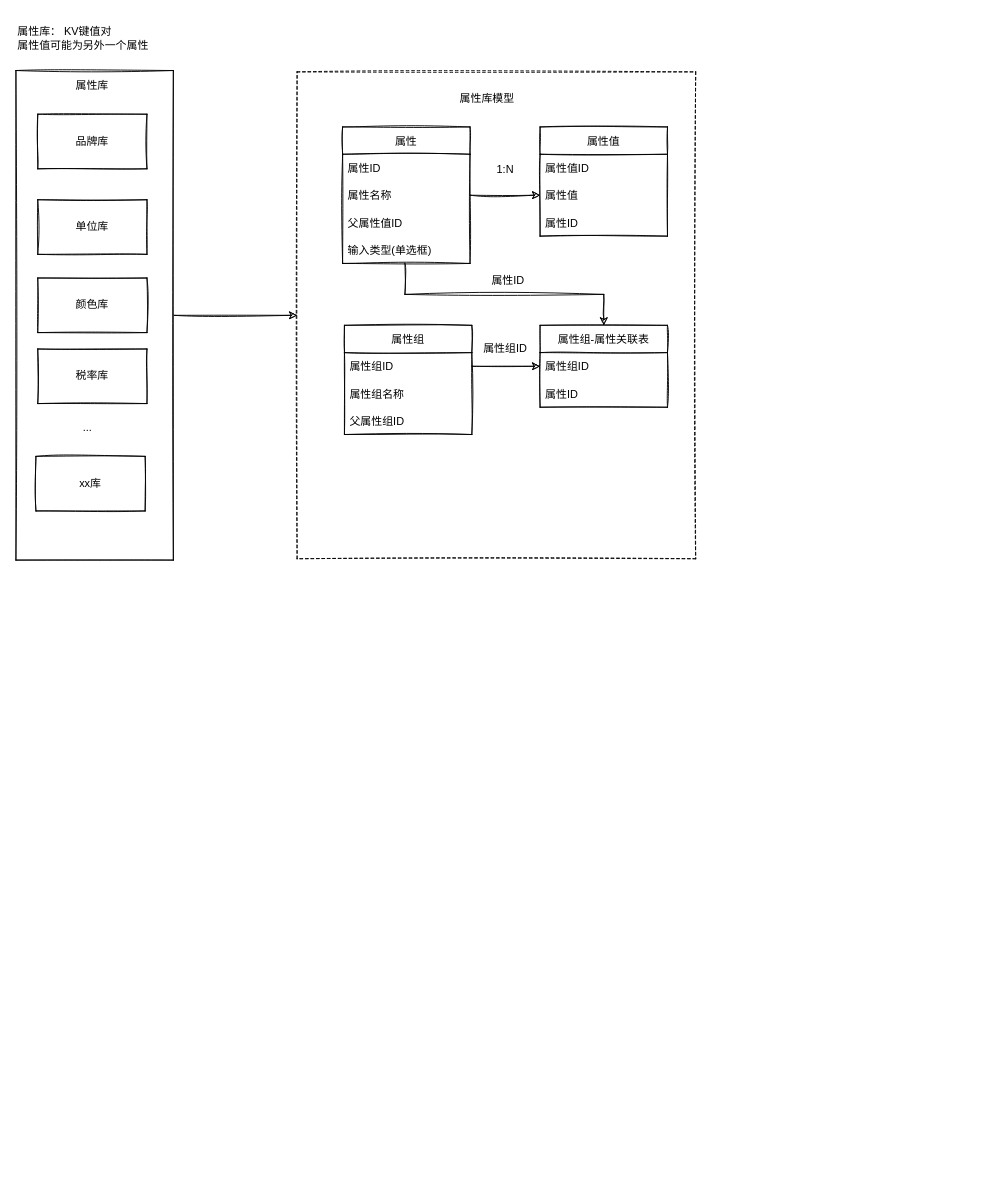
The draw.io diagram page "商品系统" (6 of 7) of docs/租赁平台.drawio in lokiworks/codebase, before the edit. Source tidied: cells renumbered, new cells numbered last; positions are measured from the earlier drawing's top-left corner, leaving out a move shared by most shapes. Both pictures are drawn from the tidied source at 91%, with x=0, y=0 at pixel (15, 15).
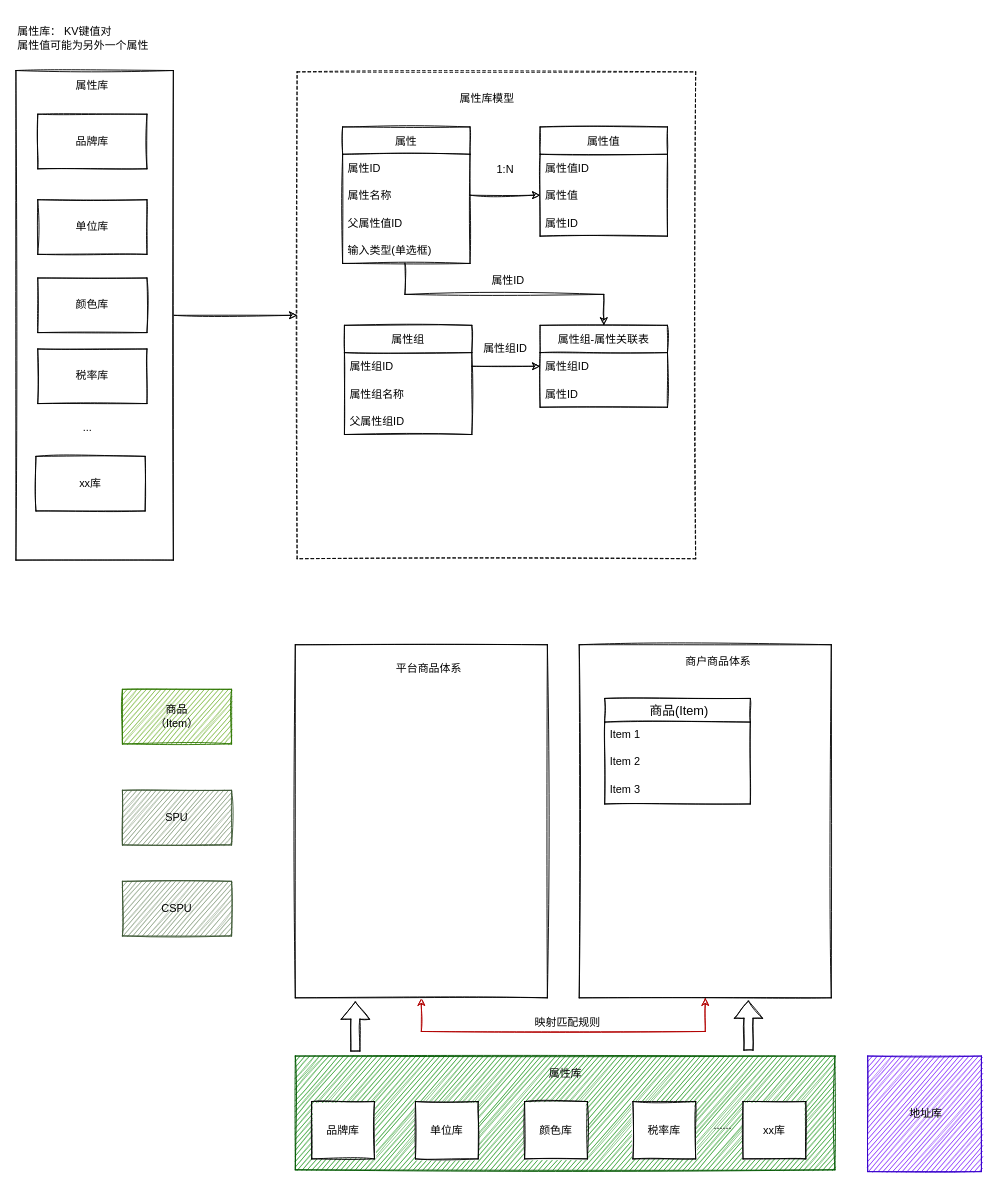
The same diagram, later.

What changed in the source:
```diff
@@
+    <mxCell id="37" value="商品&lt;br&gt;（Item）" style="rounded=0;whiteSpace=wrap;html=1;fillColor=#60a917;strokeColor=#2D7600;sketch=1;fontColor=#000000;" parent="1" vertex="1">
+      <mxGeometry x="117" y="740" width="120" height="60" as="geometry" />
+    </mxCell>
+    <mxCell id="38" value="SPU" style="rounded=0;whiteSpace=wrap;html=1;fillColor=#6d8764;strokeColor=#3A5431;sketch=1;fontColor=#000000;" parent="1" vertex="1">
+      <mxGeometry x="117" y="851" width="120" height="60" as="geometry" />
+    </mxCell>
+    <mxCell id="39" value="CSPU" style="rounded=0;whiteSpace=wrap;html=1;fillColor=#6d8764;strokeColor=#3A5431;sketch=1;fontColor=#000000;" parent="1" vertex="1">
+      <mxGeometry x="117" y="951" width="120" height="60" as="geometry" />
+    </mxCell>
+    <mxCell id="40" style="edgeStyle=orthogonalEdgeStyle;rounded=0;jettySize=auto;html=1;exitX=0.5;exitY=1;exitDx=0;exitDy=0;entryX=0.5;entryY=1;entryDx=0;entryDy=0;fontColor=#000000;startArrow=classic;startFill=1;sketch=1;fillColor=#e51400;strokeColor=#B20000;" parent="1" edge="1" source="41" target="43">
+      <mxGeometry relative="1" as="geometry">
+        <Array as="points">
+          <mxPoint x="446" y="1116" />
+          <mxPoint x="758" y="1116" />
+        </Array>
+      </mxGeometry>
+    </mxCell>
+    <mxCell id="41" style="rounded=0;whiteSpace=wrap;html=1;sketch=1;fontColor=#000000;" parent="1" vertex="1">
+      <mxGeometry x="307" y="691" width="277" height="388" as="geometry" />
+    </mxCell>
+    <mxCell id="42" value="平台商品体系" style="text;html=1;strokeColor=none;fillColor=none;align=center;verticalAlign=middle;whiteSpace=wrap;rounded=0;sketch=1;fontColor=#000000;" parent="1" vertex="1">
+      <mxGeometry x="401" y="705" width="106" height="24" as="geometry" />
+    </mxCell>
+    <mxCell id="43" style="rounded=0;whiteSpace=wrap;html=1;sketch=1;fontColor=#000000;" parent="1" vertex="1">
+      <mxGeometry x="619" y="691" width="277" height="388" as="geometry" />
+    </mxCell>
+    <mxCell id="44" value="商户商品体系" style="text;html=1;strokeColor=none;fillColor=none;align=center;verticalAlign=middle;whiteSpace=wrap;rounded=0;sketch=1;fontColor=#000000;" parent="1" vertex="1">
+      <mxGeometry x="719" y="698" width="106" height="24" as="geometry" />
+    </mxCell>
+    <mxCell id="45" value="映射匹配规则" style="text;html=1;strokeColor=none;fillColor=none;align=center;verticalAlign=middle;whiteSpace=wrap;rounded=0;sketch=1;fontColor=#000000;" parent="1" vertex="1">
+      <mxGeometry x="563" y="1092" width="87" height="30" as="geometry" />
+    </mxCell>
+    <mxCell id="46" style="rounded=0;whiteSpace=wrap;html=1;sketch=1;fontColor=#ffffff;fillColor=#008a00;strokeColor=#005700;" parent="1" vertex="1">
+      <mxGeometry x="307" y="1143" width="593" height="125" as="geometry" />
+    </mxCell>
+    <mxCell id="47" value="属性库" style="text;html=1;strokeColor=none;fillColor=none;align=center;verticalAlign=middle;whiteSpace=wrap;rounded=0;sketch=1;fontColor=#000000;" parent="1" vertex="1">
+      <mxGeometry x="573.5" y="1148" width="60" height="30" as="geometry" />
+    </mxCell>
+    <mxCell id="48" value="品牌库" style="rounded=0;whiteSpace=wrap;html=1;sketch=1;fontColor=#000000;" parent="1" vertex="1">
+      <mxGeometry x="325" y="1193" width="69" height="63" as="geometry" />
+    </mxCell>
+    <mxCell id="49" value="单位库" style="rounded=0;whiteSpace=wrap;html=1;sketch=1;fontColor=#000000;" parent="1" vertex="1">
+      <mxGeometry x="439" y="1193" width="69" height="63" as="geometry" />
+    </mxCell>
+    <mxCell id="50" value="颜色库" style="rounded=0;whiteSpace=wrap;html=1;sketch=1;fontColor=#000000;" parent="1" vertex="1">
+      <mxGeometry x="559" y="1193" width="69" height="63" as="geometry" />
+    </mxCell>
+    <mxCell id="51" value="税率库" style="rounded=0;whiteSpace=wrap;html=1;sketch=1;fontColor=#000000;" parent="1" vertex="1">
+      <mxGeometry x="678" y="1193" width="69" height="63" as="geometry" />
+    </mxCell>
+    <mxCell id="52" value="xx库" style="rounded=0;whiteSpace=wrap;html=1;sketch=1;fontColor=#000000;" parent="1" vertex="1">
+      <mxGeometry x="799" y="1193" width="69" height="63" as="geometry" />
+    </mxCell>
+    <mxCell id="53" style="shape=flexArrow;endArrow=classic;html=1;rounded=0;sketch=1;fontColor=#000000;" parent="1" edge="1">
+      <mxGeometry relative="1" as="geometry">
+        <mxPoint x="373" y="1138" as="sourcePoint" />
+        <mxPoint x="373" y="1083" as="targetPoint" />
+      </mxGeometry>
+    </mxCell>
+    <mxCell id="54" style="shape=flexArrow;endArrow=classic;html=1;rounded=0;sketch=1;fontColor=#000000;" parent="1" edge="1">
+      <mxGeometry relative="1" as="geometry">
+        <mxPoint x="805" y="1137" as="sourcePoint" />
+        <mxPoint x="805" y="1082" as="targetPoint" />
+      </mxGeometry>
+    </mxCell>
+    <mxCell id="55" value="......" style="text;html=1;strokeColor=none;fillColor=none;align=center;verticalAlign=middle;whiteSpace=wrap;rounded=0;sketch=1;fontColor=#000000;" parent="1" vertex="1">
+      <mxGeometry x="747" y="1205" width="60" height="30" as="geometry" />
+    </mxCell>
+    <mxCell id="56" value="&amp;nbsp;地址库" style="rounded=0;whiteSpace=wrap;html=1;sketch=1;fontColor=#000000;fillColor=#6a00ff;strokeColor=#3700CC;" parent="1" vertex="1">
+      <mxGeometry x="936" y="1143" width="125" height="127" as="geometry" />
+    </mxCell>
+    <mxCell id="57" value=" 商品(Item)" style="swimlane;fontStyle=0;horizontal=1;startSize=26;align=center;fontSize=14;sketch=1;fontColor=#000000;swimlaneLine=1;" parent="1" vertex="1">
+      <mxGeometry x="647" y="750" width="160" height="116" as="geometry" />
+    </mxCell>
+    <mxCell id="58" value="Item 1" style="text;strokeColor=none;fillColor=none;spacingLeft=4;spacingRight=4;overflow=hidden;fontSize=12;sketch=1;fontColor=#000000;" parent="57" vertex="1">
+      <mxGeometry y="26" width="160" height="30" as="geometry" />
+    </mxCell>
+    <mxCell id="59" value="Item 2" style="text;strokeColor=none;fillColor=none;spacingLeft=4;spacingRight=4;overflow=hidden;fontSize=12;sketch=1;fontColor=#000000;" parent="57" vertex="1">
+      <mxGeometry y="56" width="160" height="30" as="geometry" />
+    </mxCell>
+    <mxCell id="60" value="Item 3" style="text;strokeColor=none;fillColor=none;spacingLeft=4;spacingRight=4;overflow=hidden;fontSize=12;sketch=1;fontColor=#000000;" parent="57" vertex="1">
+      <mxGeometry y="86" width="160" height="30" as="geometry" />
+    </mxCell>
```
